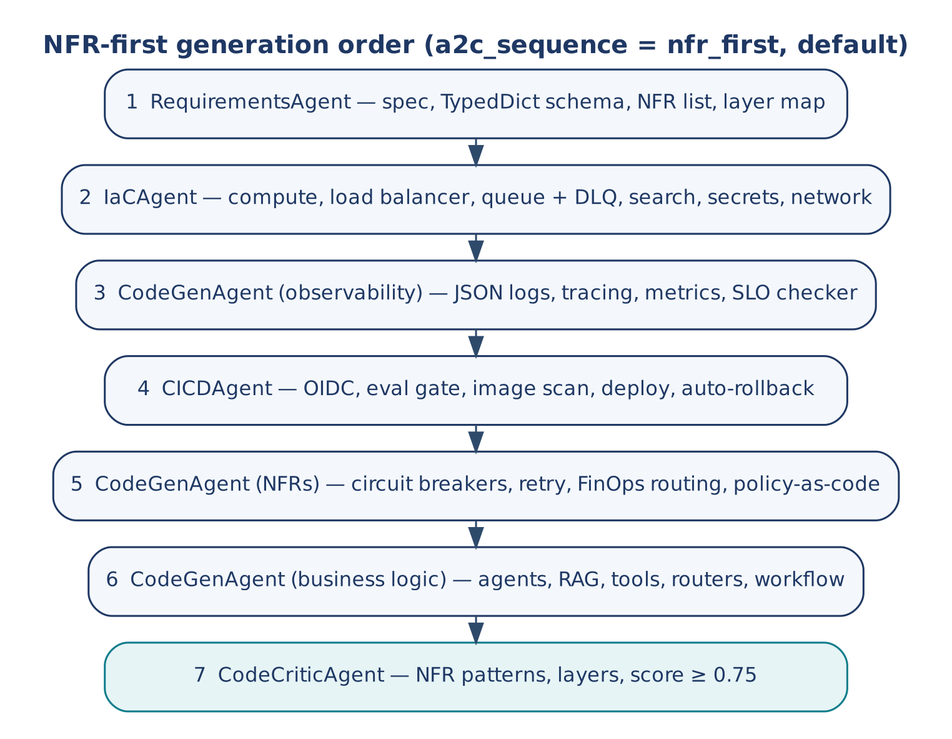
Before: docs/design/a2c/images/07_nfr_first.png, a diagram exported from Graphviz (subhamviky/a2c-framework). Its source is kept beside it as docs/design/a2c/diagrams/07_nfr_first.dot.
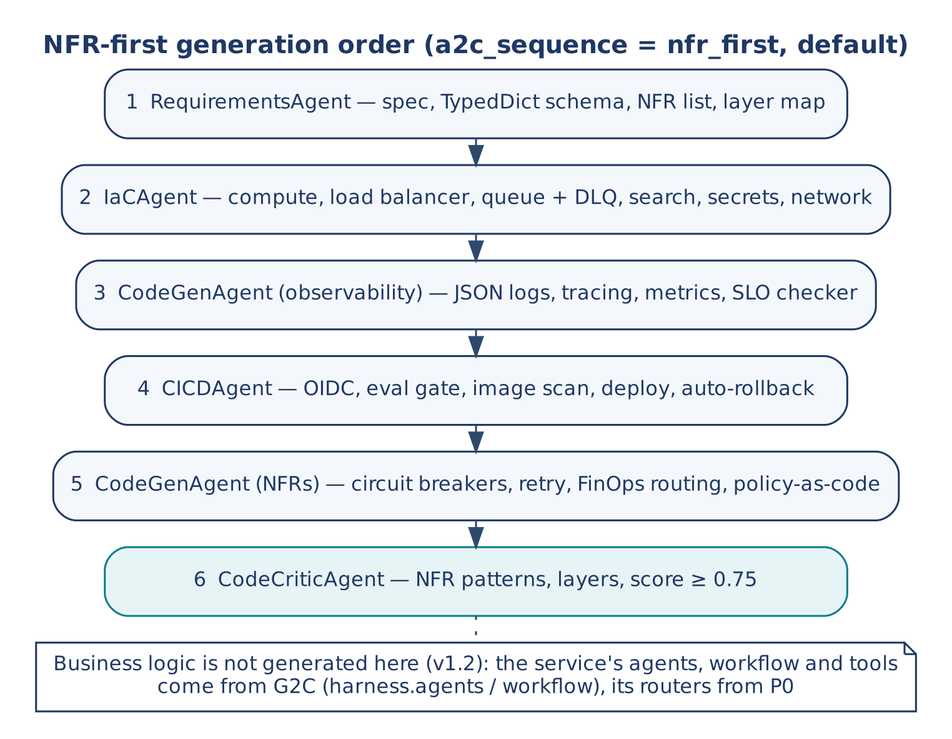
Later version of the same file.

Diff of the diagram source:
```diff
@@ -7,7 +7,7 @@
   p3 [label="3  CodeGenAgent (observability) — JSON logs, tracing, metrics, SLO checker"];
   p4 [label="4  CICDAgent — OIDC, eval gate, image scan, deploy, auto-rollback"];
   p5 [label="5  CodeGenAgent (NFRs) — circuit breakers, retry, FinOps routing, policy-as-code"];
-  p6 [label="6  CodeGenAgent (business logic) — agents, RAG, tools, routers, workflow"];
-  p7 [label="7  CodeCriticAgent — NFR patterns, layers, score ≥ 0.75", fillcolor="#E6F4F5", color="#0F7C8C"];
-  p1->p2->p3->p4->p5->p6->p7;
+  p6 [label="6  CodeCriticAgent — NFR patterns, layers, score ≥ 0.75", fillcolor="#E6F4F5", color="#0F7C8C"];
+  g [label="Business logic is not generated here (v1.2): the service's agents, workflow and tools\ncome from G2C (harness.agents / workflow), its routers from P0", shape=note, fillcolor="#FFFFFF", width=6.2];
+  p1->p2->p3->p4->p5->p6; p6->g [style=dotted, arrowhead=none];
 }
```
